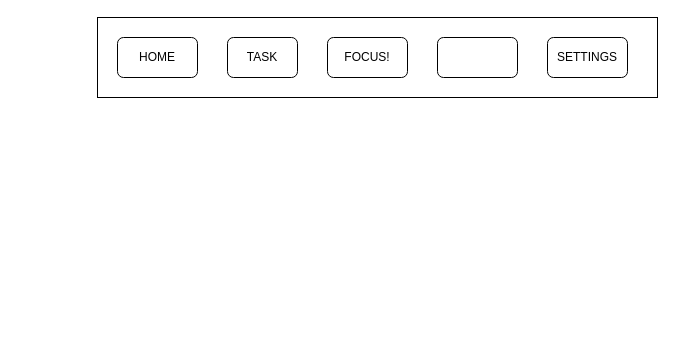
chauanhhhhh/Demo keeps this draw.io diagram as page "Seite-2" (2 of 2) of Unbenanntes Diagramm.drawio. Above is the earlier version. Source tidied: cells renumbered, new cells numbered last; positions are measured from the earlier drawing's top-left corner, leaving out a move shared by most shapes. Both pictures are drawn from the tidied source at 100%, with x=0, y=0 at pixel (97, 17).
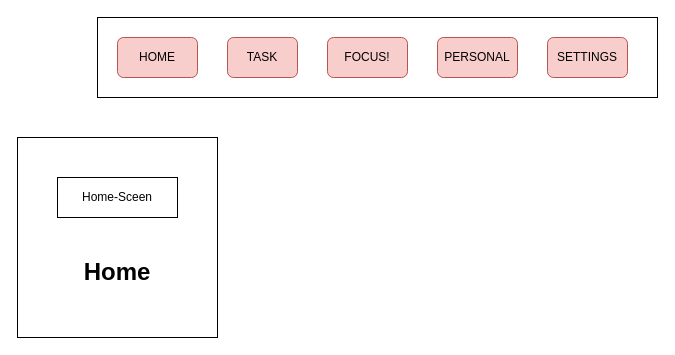
After the change.

What changed in the source:
```diff
@@
 <mxGraphModel>
   <root>
     <mxCell id="0" />
     <mxCell id="1" parent="0" />
     <mxCell id="2" style="rounded=0;whiteSpace=wrap;html=1;" parent="1" vertex="1">
       <mxGeometry width="560" height="80" as="geometry" />
     </mxCell>
-    <mxCell id="3" value="HOME" style="rounded=1;whiteSpace=wrap;html=1;" parent="1" vertex="1">
+    <mxCell id="3" value="HOME" style="rounded=1;whiteSpace=wrap;html=1;fillColor=#f8cecc;strokeColor=#b85450;" parent="1" vertex="1">
       <mxGeometry x="20" y="20" width="80" height="40" as="geometry" />
     </mxCell>
-    <mxCell id="4" value="SETTINGS" style="rounded=1;whiteSpace=wrap;html=1;" parent="1" vertex="1">
+    <mxCell id="4" value="SETTINGS" style="rounded=1;whiteSpace=wrap;html=1;fillColor=#f8cecc;strokeColor=#b85450;" parent="1" vertex="1">
       <mxGeometry x="450" y="20" width="80" height="40" as="geometry" />
     </mxCell>
-    <mxCell id="5" style="rounded=1;whiteSpace=wrap;html=1;" parent="1" vertex="1">
+    <mxCell id="5" value="PERSONAL" style="rounded=1;whiteSpace=wrap;html=1;fillColor=#f8cecc;strokeColor=#b85450;" parent="1" vertex="1">
       <mxGeometry x="340" y="20" width="80" height="40" as="geometry" />
     </mxCell>
-    <mxCell id="6" value="FOCUS!" style="rounded=1;whiteSpace=wrap;html=1;" parent="1" vertex="1">
+    <mxCell id="6" value="FOCUS!" style="rounded=1;whiteSpace=wrap;html=1;fillColor=#f8cecc;strokeColor=#b85450;" parent="1" vertex="1">
       <mxGeometry x="230" y="20" width="80" height="40" as="geometry" />
     </mxCell>
-    <mxCell id="7" value="TASK" style="rounded=1;whiteSpace=wrap;html=1;" parent="1" vertex="1">
+    <mxCell id="7" value="TASK" style="rounded=1;whiteSpace=wrap;html=1;fillColor=#f8cecc;strokeColor=#b85450;" parent="1" vertex="1">
       <mxGeometry x="130" y="20" width="70" height="40" as="geometry" />
     </mxCell>
+    <mxCell id="8" style="rounded=0;whiteSpace=wrap;html=1;" parent="1" vertex="1">
+      <mxGeometry x="-80" y="120" width="200" height="200" as="geometry" />
+    </mxCell>
+    <mxCell id="9" value="Home-Sceen" style="rounded=0;whiteSpace=wrap;html=1;" parent="1" vertex="1">
+      <mxGeometry x="-40" y="160" width="120" height="40" as="geometry" />
+    </mxCell>
+    <mxCell id="10" value="&lt;font style=&quot;font-size: 24px;&quot;&gt;&lt;b&gt;Home&lt;/b&gt;&lt;/font&gt;" style="text;html=1;align=center;verticalAlign=middle;whiteSpace=wrap;rounded=0;" parent="1" vertex="1">
+      <mxGeometry x="-10" y="240" width="60" height="30" as="geometry" />
+    </mxCell>
   </root>
 </mxGraphModel>
```
